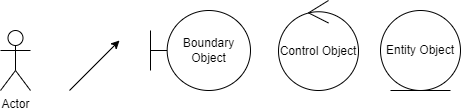
The draw.io diagram 構造図/コミュニケーション図/コミュニケーション図＿時間割.drawio.png in masaki1234567/psp4, before a commit. Source tidied: cells renumbered, new cells last; positions are measured from the earlier drawing's top-left corner, leaving out a move shared by most shapes.
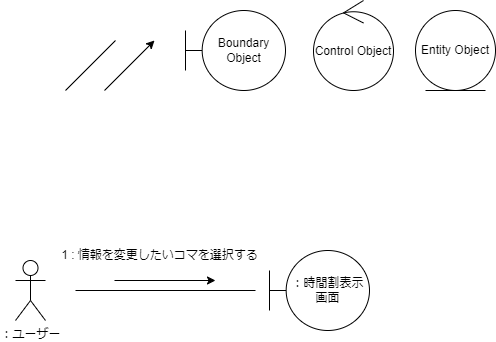
Later version of the same file.

Change to the diagram source:
```diff
@@ -2,8 +2,8 @@
   <root>
     <mxCell id="0" />
     <mxCell id="1" parent="0" />
-    <mxCell id="2" value="Actor" style="shape=umlActor;verticalLabelPosition=bottom;verticalAlign=top;html=1;" parent="1" vertex="1">
-      <mxGeometry y="30" width="30" height="60" as="geometry" />
+    <mxCell id="2" value="：ユーザー" style="shape=umlActor;verticalLabelPosition=bottom;verticalAlign=top;html=1;" parent="1" vertex="1">
+      <mxGeometry x="-20" y="260" width="30" height="60" as="geometry" />
     </mxCell>
     <mxCell id="3" value="Boundary Object" style="shape=umlBoundary;whiteSpace=wrap;html=1;" parent="1" vertex="1">
       <mxGeometry x="150" y="10" width="100" height="80" as="geometry" />
@@ -20,5 +20,29 @@
         <mxPoint x="119" y="40" as="targetPoint" />
       </mxGeometry>
     </mxCell>
+    <mxCell id="7" value="：時間割表示画面" style="shape=umlBoundary;whiteSpace=wrap;html=1;" parent="1" vertex="1">
+      <mxGeometry x="234" y="250" width="100" height="80" as="geometry" />
+    </mxCell>
+    <mxCell id="8" style="endArrow=none;html=1;endFill=0;" parent="1" edge="1">
+      <mxGeometry relative="1" as="geometry">
+        <mxPoint x="30" y="90" as="sourcePoint" />
+        <mxPoint x="80" y="40" as="targetPoint" />
+      </mxGeometry>
+    </mxCell>
+    <mxCell id="9" style="endArrow=none;html=1;endFill=0;" parent="1" edge="1">
+      <mxGeometry relative="1" as="geometry">
+        <mxPoint x="40" y="290" as="sourcePoint" />
+        <mxPoint x="220" y="290" as="targetPoint" />
+      </mxGeometry>
+    </mxCell>
+    <mxCell id="10" style="endArrow=classic;html=1;" parent="1" edge="1">
+      <mxGeometry relative="1" as="geometry">
+        <mxPoint x="79" y="280" as="sourcePoint" />
+        <mxPoint x="180" y="280" as="targetPoint" />
+      </mxGeometry>
+    </mxCell>
+    <mxCell id="11" value="1 : 情報を変更したいコマを選択する" style="text;html=1;align=center;verticalAlign=middle;strokeColor=none;fillColor=none;" parent="1" vertex="1">
+      <mxGeometry x="14" y="240" width="220" height="30" as="geometry" />
+    </mxCell>
   </root>
 </mxGraphModel>
```
